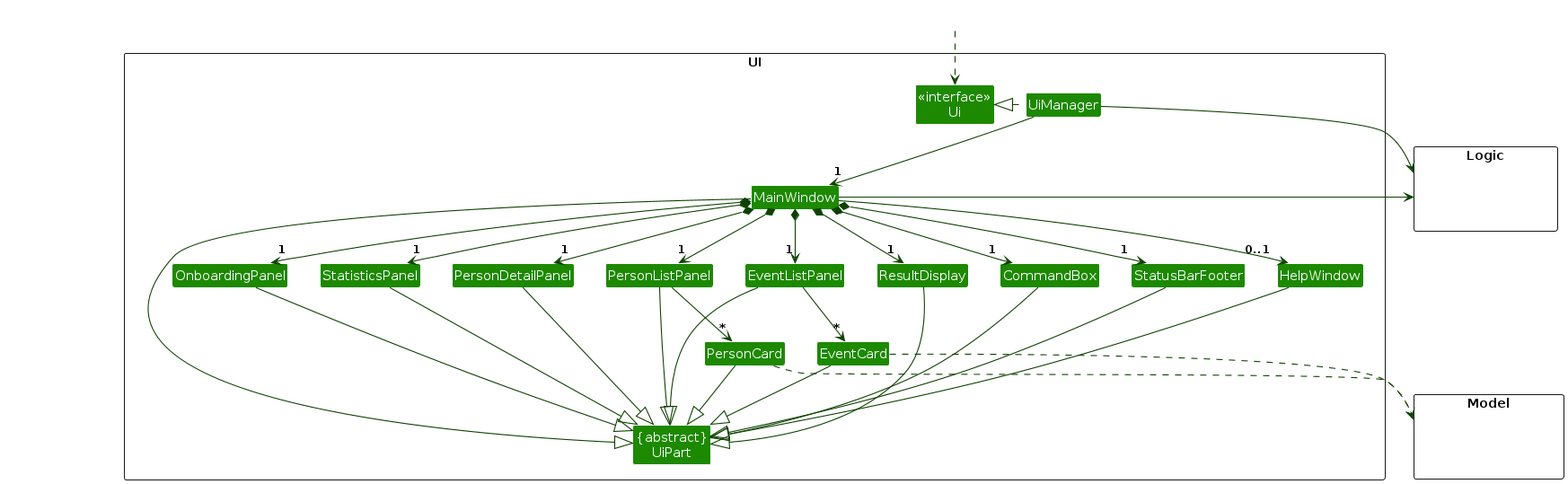
Before: diagrams/UiClassDiagram.png, a diagram exported from PlantUML (DebopamRoy1/tp). Its source is kept beside it as diagrams/UiClassDiagram.puml.
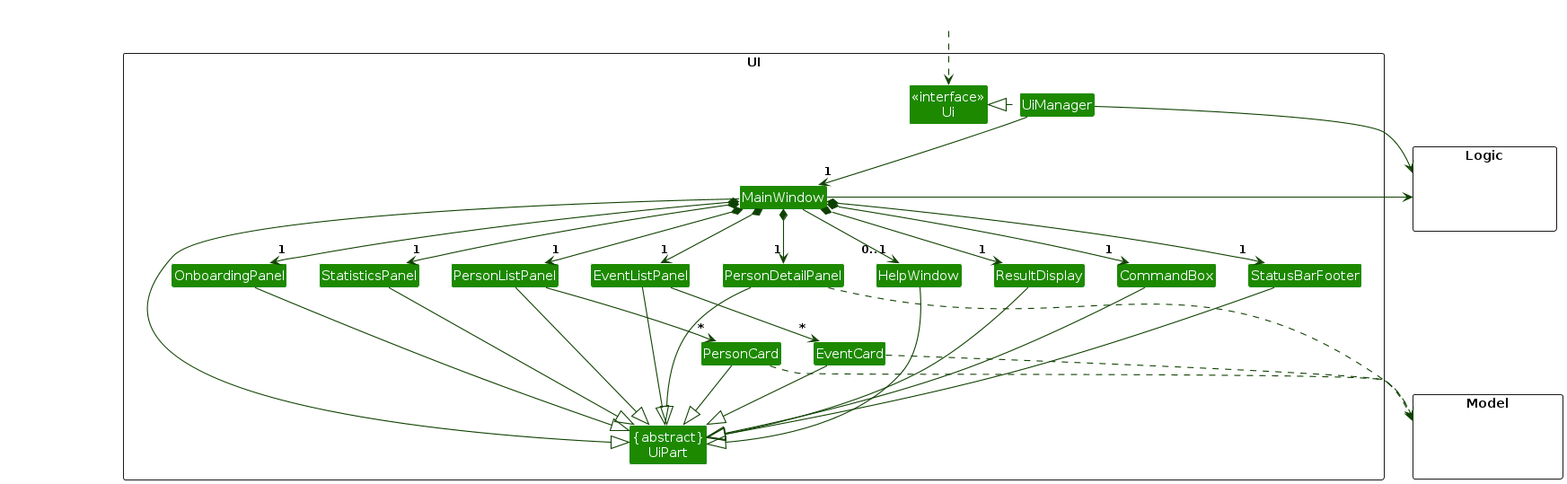
Later version of the same file.

Change to the diagram source:
```diff
@@ -44,6 +44,7 @@
 
 UiManager .left.|> Ui
 UiManager -down-> "1" MainWindow
+UiManager -right-> Logic
 MainWindow *-down-> "1" CommandBox
 MainWindow *-down-> "1" ResultDisplay
 MainWindow *-down-> "1" PersonListPanel
@@ -53,6 +54,7 @@
 MainWindow *-down-> "1" OnboardingPanel
 MainWindow *-down-> "1" StatusBarFooter
 MainWindow --> "0..1" HelpWindow
+MainWindow -right-> Logic
 
 PersonListPanel -down-> "*" PersonCard
 EventListPanel -down-> "*" EventCard
@@ -72,8 +74,7 @@
 
 PersonCard ..> Model
 EventCard ..> Model
-UiManager -right-> Logic
-MainWindow -left-> Logic
+PersonDetailPanel ..> Model
 
 MainWindow -[hidden]-|> UiPart
 @enduml
```
